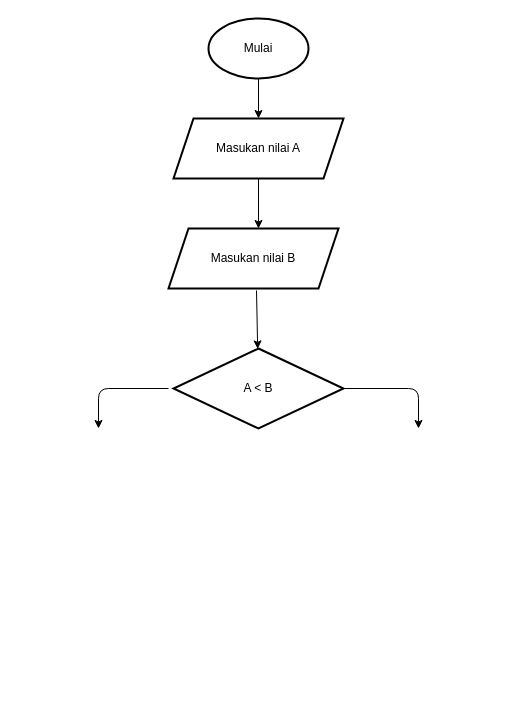
Above: Semester 1/ALGORITMA & PEMROGRAMAN/bilangan terbesar.drawio in ekovegeance-com/docs (draw.io), before the change. Source tidied: cells renumbered, new cells numbered last; positions are measured from the earlier drawing's top-left corner, leaving out a move shared by most shapes. Both pictures are drawn from the tidied source at 100%, with x=0, y=0 at pixel (98, 18).
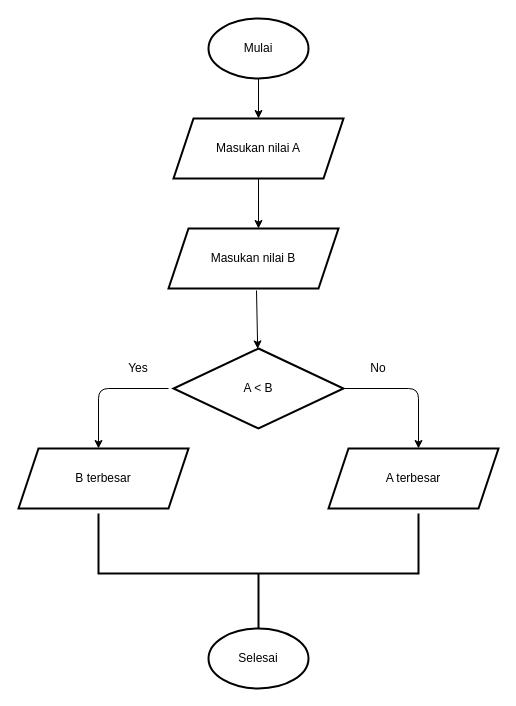
The same page after the edit.

Unchanged cells that the change refers to:
```xml
<mxCell id="9" value="A &amp;lt; B" style="rhombus;whiteSpace=wrap;html=1;rounded=0;strokeWidth=2;sketch=0;" parent="1" vertex="1">
  <mxGeometry x="75" y="330" width="170" height="80" as="geometry" />
</mxCell>
```

Diff of the diagram source:
```diff
@@
     <mxCell id="8" style="edgeStyle=none;rounded=1;sketch=0;jettySize=auto;html=1;" parent="1" edge="1" source="9">
       <mxGeometry relative="1" as="geometry">
-        <mxPoint x="320" y="410" as="targetPoint" />
+        <mxPoint x="320" y="430" as="targetPoint" />
         <Array as="points">
           <mxPoint x="320" y="370" />
         </Array>
       </mxGeometry>
     </mxCell>
@@
     <mxCell id="10" style="edgeStyle=none;rounded=1;sketch=0;orthogonalLoop=1;jettySize=auto;html=1;" parent="1" edge="1">
       <mxGeometry relative="1" as="geometry">
         <mxPoint x="70" y="370" as="sourcePoint" />
-        <mxPoint y="410" as="targetPoint" />
+        <mxPoint y="430" as="targetPoint" />
         <Array as="points">
           <mxPoint y="370" />
         </Array>
       </mxGeometry>
     </mxCell>
+    <mxCell id="11" value="Yes" style="text;html=1;strokeColor=none;fillColor=none;align=center;verticalAlign=middle;whiteSpace=wrap;rounded=0;sketch=0;" parent="1" vertex="1">
+      <mxGeometry x="20" y="340" width="40" height="20" as="geometry" />
+    </mxCell>
+    <mxCell id="12" value="No" style="text;html=1;strokeColor=none;fillColor=none;align=center;verticalAlign=middle;whiteSpace=wrap;rounded=0;sketch=0;" parent="1" vertex="1">
+      <mxGeometry x="260" y="340" width="40" height="20" as="geometry" />
+    </mxCell>
+    <mxCell id="13" value="B terbesar" style="shape=parallelogram;perimeter=parallelogramPerimeter;whiteSpace=wrap;html=1;fixedSize=1;rounded=0;strokeWidth=2;sketch=0;" parent="1" vertex="1">
+      <mxGeometry x="-80" y="430" width="170" height="60" as="geometry" />
+    </mxCell>
+    <mxCell id="14" value="A terbesar" style="shape=parallelogram;perimeter=parallelogramPerimeter;whiteSpace=wrap;html=1;fixedSize=1;rounded=0;strokeWidth=2;sketch=0;" parent="1" vertex="1">
+      <mxGeometry x="230" y="430" width="170" height="60" as="geometry" />
+    </mxCell>
+    <mxCell id="15" style="strokeWidth=2;html=1;shape=mxgraph.flowchart.annotation_2;align=left;labelPosition=right;rounded=0;sketch=0;rotation=-90;" parent="1" vertex="1">
+      <mxGeometry x="100" y="395" width="120" height="320" as="geometry" />
+    </mxCell>
+    <mxCell id="16" value="Selesai" style="strokeWidth=2;html=1;shape=mxgraph.flowchart.start_1;whiteSpace=wrap;rounded=0;sketch=0;" parent="1" vertex="1">
+      <mxGeometry x="110" y="610" width="100" height="60" as="geometry" />
+    </mxCell>
```
